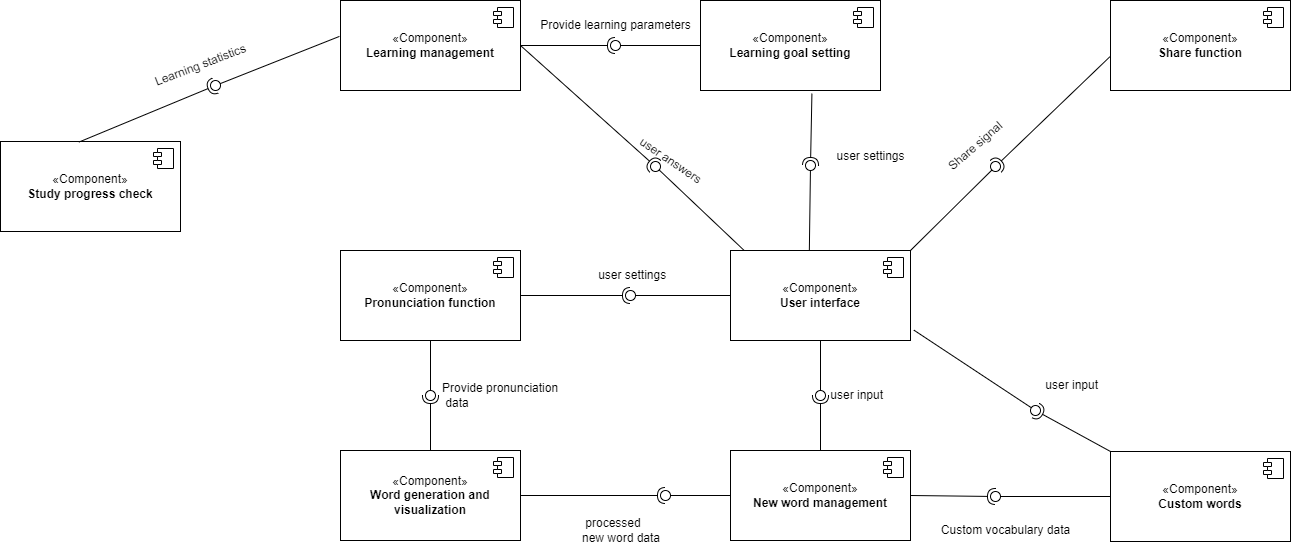
The draw.io diagram component.drawio.png in xiangxiang3451/blog_pictures, before a commit. Source tidied: cells renumbered, new cells last; positions are measured from the earlier drawing's top-left corner, leaving out a move shared by most shapes.
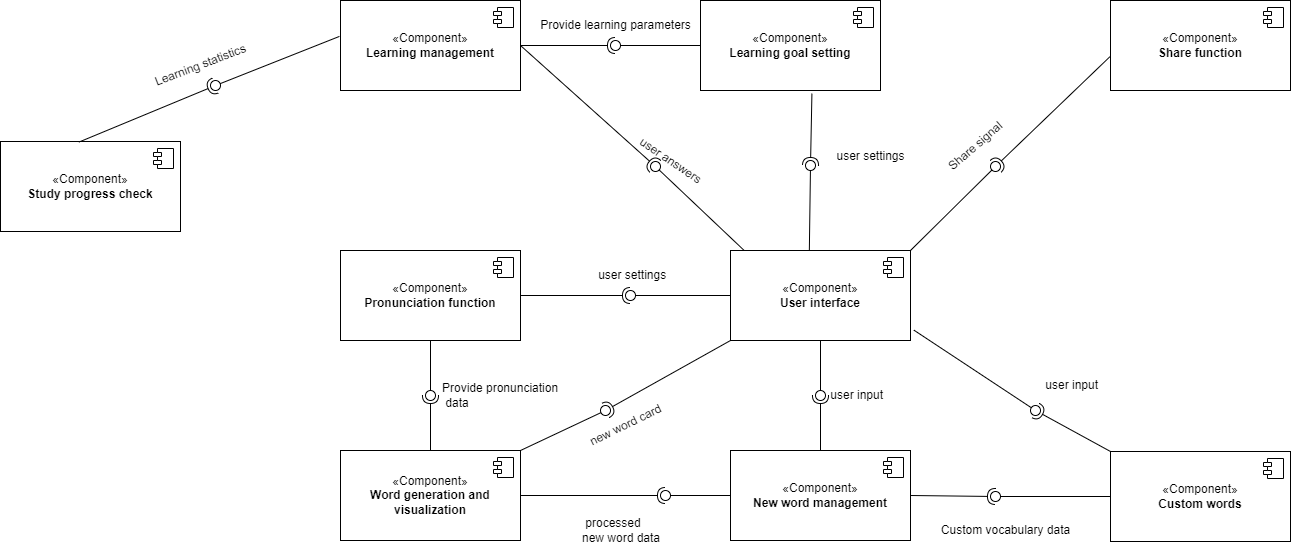
After the commit.

The edit, as a diff of the source:
```diff
@@ -206,5 +206,17 @@
     <mxCell id="63" value="Share signal" style="text;html=1;align=center;verticalAlign=middle;strokeColor=none;fillColor=none;rotation=319;" parent="1" vertex="1">
       <mxGeometry x="930" y="131" width="90" height="30" as="geometry" />
     </mxCell>
+    <mxCell id="64" style="rounded=0;jettySize=auto;html=1;endArrow=halfCircle;endFill=0;endSize=6;strokeWidth=1;sketch=0;exitX=0;exitY=1;exitDx=0;exitDy=0;" parent="1" edge="1" source="2" target="66">
+      <mxGeometry relative="1" as="geometry" />
+    </mxCell>
+    <mxCell id="65" style="rounded=0;jettySize=auto;html=1;endArrow=oval;endFill=0;sketch=0;sourcePerimeterSpacing=0;targetPerimeterSpacing=0;endSize=10;exitX=1;exitY=0;exitDx=0;exitDy=0;" parent="1" edge="1" source="12" target="66">
+      <mxGeometry relative="1" as="geometry" />
+    </mxCell>
+    <mxCell id="66" style="ellipse;whiteSpace=wrap;html=1;align=center;fillColor=none;strokeColor=none;perimeter=centerPerimeter;points=[];outlineConnect=1;" parent="1" vertex="1">
+      <mxGeometry x="600" y="405" width="10" height="10" as="geometry" />
+    </mxCell>
+    <mxCell id="67" value="new word card" style="text;html=1;align=center;verticalAlign=middle;strokeColor=none;fillColor=none;rotation=334;" parent="1" vertex="1">
+      <mxGeometry x="575" y="410" width="100" height="30" as="geometry" />
+    </mxCell>
   </root>
 </mxGraphModel>
```
